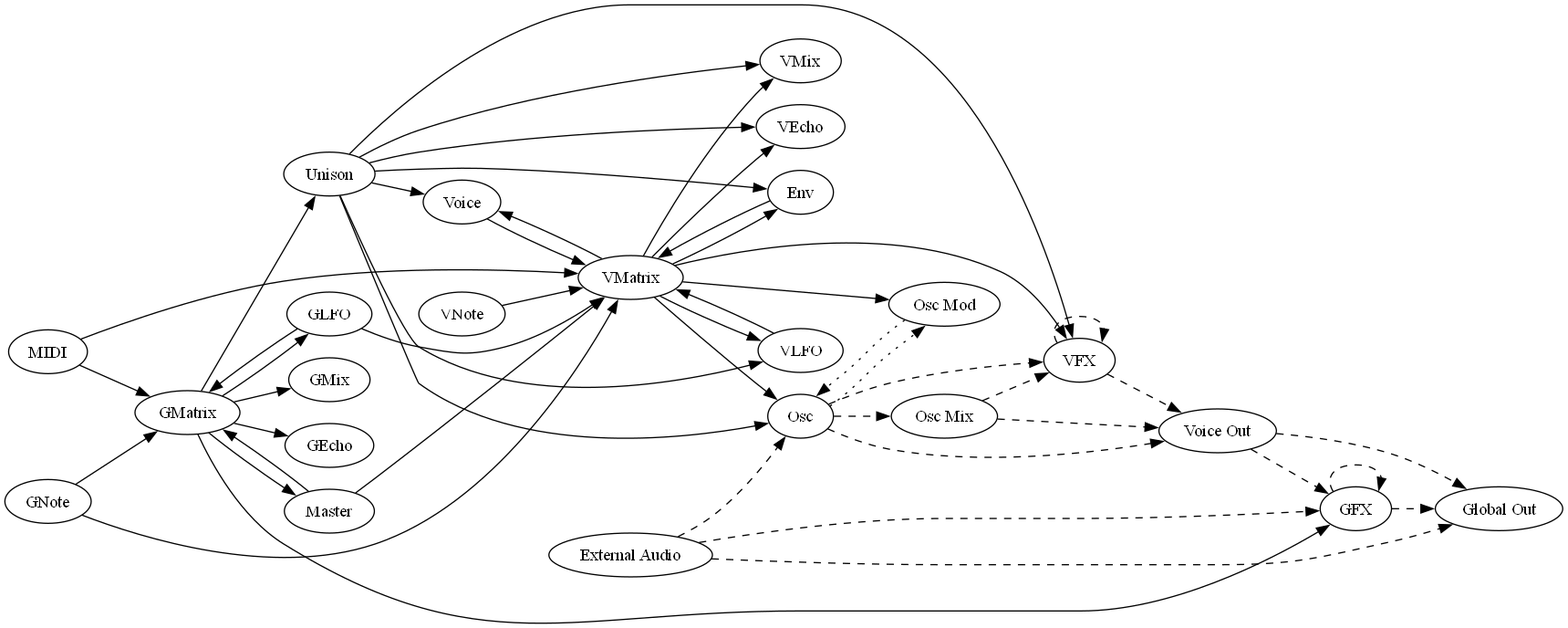
The Graphviz diagram static/routing_diagram.png in sjoerdvankreel/firefly-synth-2, before a commit. Its source is kept beside it as static/routing_diagram.dot. Its diagram source:
```dot
digraph Synth {

  rankdir="LR";

  "Voice"
  "Master"
  "VMix"
  "GMix"
  "Osc"
  "Osc Mod"
  "Osc Mix"
  "VFX"
  "GFX"
  "VEcho"
  "GEcho"
  "VLFO"
  "GLFO"
  "Env"
  "VMatrix"
  "GMatrix"
  "Unison"
  "MIDI"
  "GNote"
  "VNote"
  "Voice Out"
  "Global Out"
  "External Audio"

  "GLFO" -> "GMatrix"
  "MIDI" -> "GMatrix"
  "GNote" -> "GMatrix"
  "Master" -> "GMatrix"

  "GMatrix" -> "Master"
  "GMatrix" -> "Unison"
  "GMatrix" -> "GFX"
  "GMatrix" -> "GLFO"
  "GMatrix" -> "GMix"
  "GMatrix" -> "GEcho"

  "GLFO" -> "VMatrix"
  "MIDI" -> "VMatrix"
  "GNote" -> "VMatrix"
  "Master" -> "VMatrix"
  "Voice" -> "VMatrix"
  "VNote" -> "VMatrix"
  "Env" -> "VMatrix"
  "VLFO" -> "VMatrix"

  "VMatrix" -> "Voice"
  "VMatrix" -> "Osc"
  "VMatrix" -> "Osc Mod"
  "VMatrix" -> "Env"
  "VMatrix" -> "VFX"
  "VMatrix" -> "VLFO"
  "VMatrix" -> "VMix"
  "VMatrix" -> "VEcho"

  "Unison" -> "Voice"
  "Unison" -> "VMix"
  "Unison" -> "Osc"
  "Unison" -> "VLFO"
  "Unison" -> "VFX"
  "Unison" -> "Env"
  "Unison" -> "VEcho"

  "Osc" -> "Osc Mod" [style = "dotted"]
  "Osc Mod" -> "Osc" [style = "dotted"]
  "External Audio" -> "Osc" [style = "dashed"]

  "Osc" -> "VFX" [style = "dashed"]
  "VFX" -> "VFX" [style = "dashed"]
  "Osc" -> "Osc Mix" [style = "dashed"]
  "Osc Mix" -> "VFX" [style = "dashed"]
  "Osc" -> "Voice Out" [style = "dashed"]
  "VFX" -> "Voice Out" [style = "dashed"]
  "Osc Mix" -> "Voice Out" [style = "dashed"]

  "Voice Out" -> "GFX" [style = "dashed"]
  "External Audio" -> "GFX" [style = "dashed"]
  "GFX" -> "GFX" [style = "dashed"]
  "GFX" -> "Global Out" [style = "dashed"]
  "Voice Out" -> "Global Out" [style = "dashed"]
  "External Audio" -> "Global Out" [style = "dashed"]
}
```
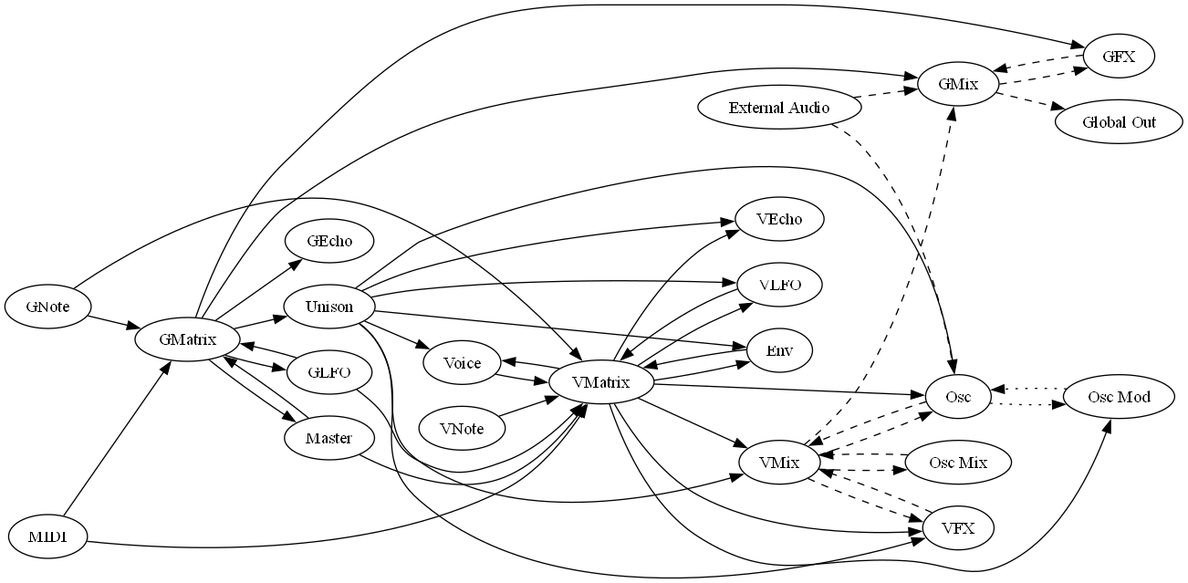
Above is the later version.

Change to the diagram source:
```diff
@@ -22,7 +22,6 @@
   "MIDI"
   "GNote"
   "VNote"
-  "Voice Out"
   "Global Out"
   "External Audio"
 
@@ -68,18 +67,16 @@
   "Osc Mod" -> "Osc" [style = "dotted"]
   "External Audio" -> "Osc" [style = "dashed"]
 
-  "Osc" -> "VFX" [style = "dashed"]
-  "VFX" -> "VFX" [style = "dashed"]
-  "Osc" -> "Osc Mix" [style = "dashed"]
-  "Osc Mix" -> "VFX" [style = "dashed"]
-  "Osc" -> "Voice Out" [style = "dashed"]
-  "VFX" -> "Voice Out" [style = "dashed"]
-  "Osc Mix" -> "Voice Out" [style = "dashed"]
+  "Osc" -> "VMix" [style = "dashed"]
+  "VFX" -> "VMix" [style = "dashed"]
+  "Osc Mix" -> "VMix" [style = "dashed"]
+  "VMix" -> "Osc" [style = "dashed"]
+  "VMix" -> "VFX" [style = "dashed"]
+  "VMix" -> "Osc Mix" [style = "dashed"]
 
-  "Voice Out" -> "GFX" [style = "dashed"]
-  "External Audio" -> "GFX" [style = "dashed"]
-  "GFX" -> "GFX" [style = "dashed"]
-  "GFX" -> "Global Out" [style = "dashed"]
-  "Voice Out" -> "Global Out" [style = "dashed"]
-  "External Audio" -> "Global Out" [style = "dashed"]
+  "VMix" -> "GMix" [style = "dashed"]
+  "External Audio" -> "GMix" [style = "dashed"]
+  "GFX" -> "GMix" [style = "dashed"]
+  "GMix" -> "GFX" [style = "dashed"]
+  "GMix" -> "Global Out" [style = "dashed"]
 }
```
